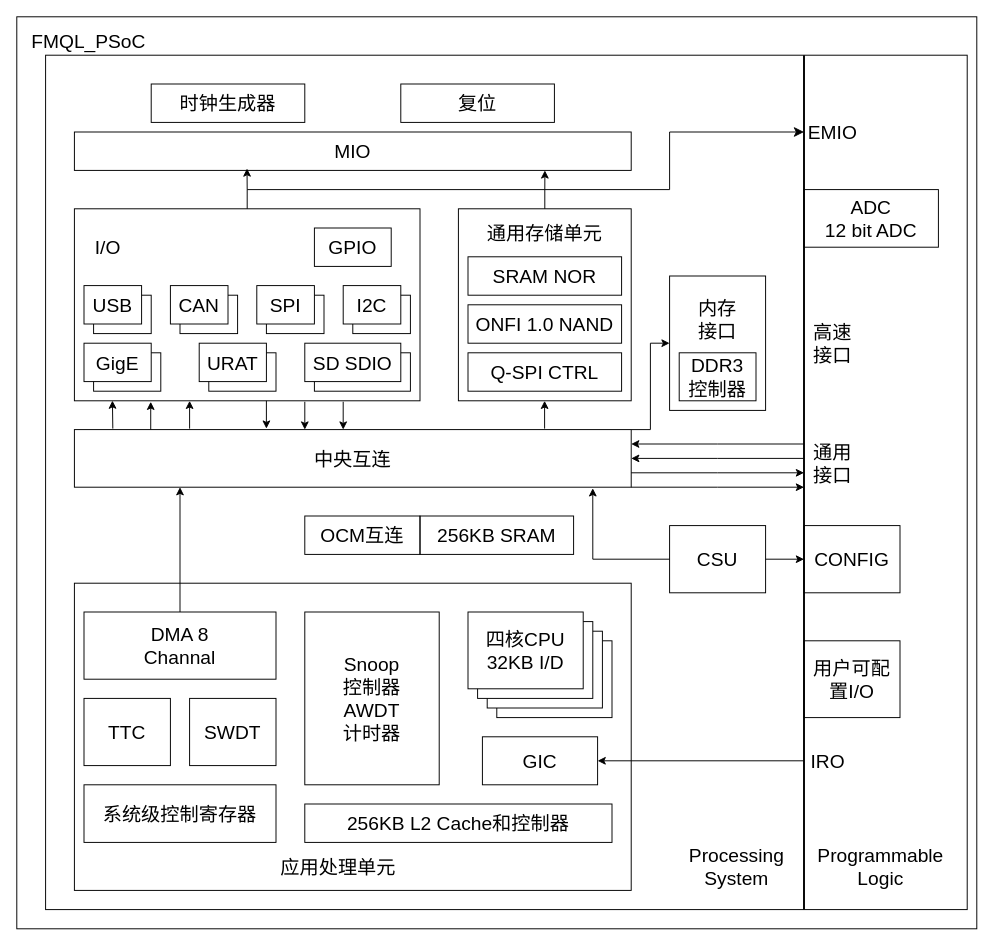
This is 保温饭.drawio from debeetle/Drawio, a draw.io file, before an edit. Source tidied: cells renumbered, new cells numbered last; positions are measured from the earlier drawing's top-left corner, leaving out a move shared by most shapes. Both pictures are drawn from the tidied source at 96%, with x=0, y=0 at pixel (16, 16).
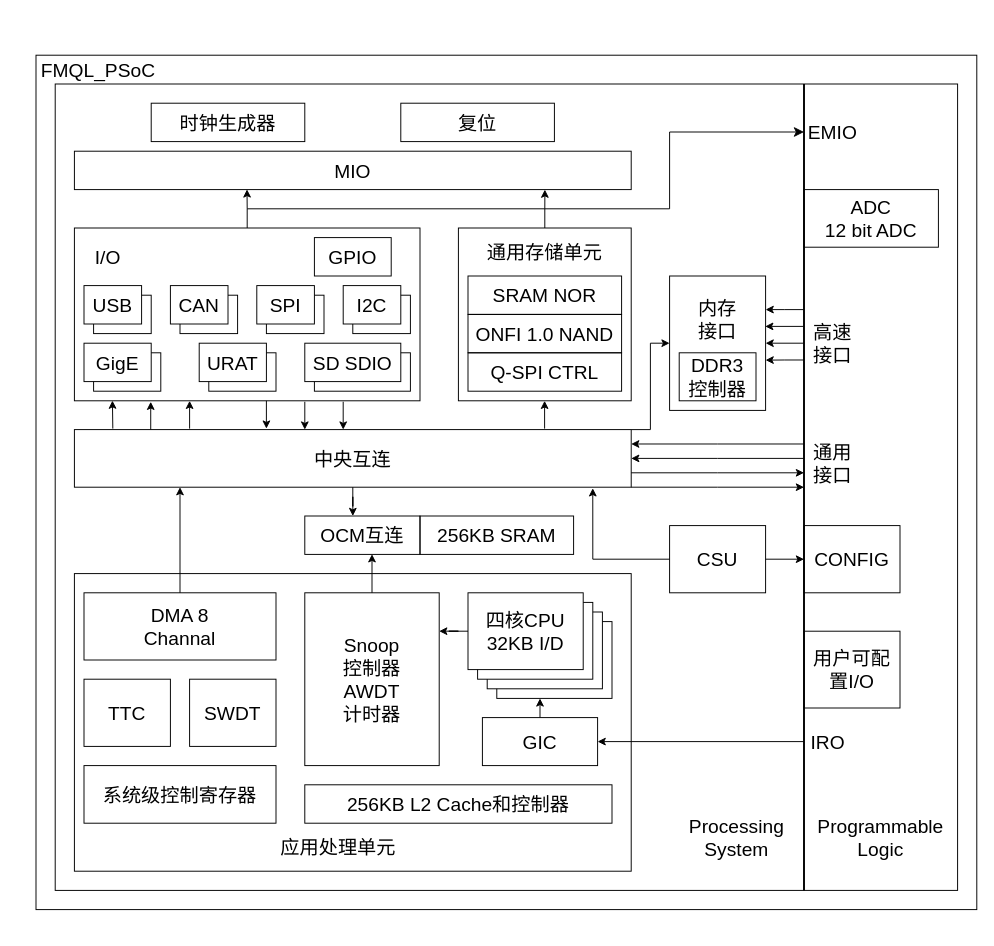
After the change.

Commit message (it also covers changes not shown here):
更新保温饭.drawio

The change refers to these unchanged cells:
```xml
<mxCell id="15" value="&lt;font style=&quot;font-size: 20px;&quot;&gt;中央互连&lt;/font&gt;" style="rounded=0;whiteSpace=wrap;html=1;strokeColor=default;align=center;verticalAlign=middle;fontFamily=宋体;fontSize=20;fontColor=default;fillColor=none;" parent="1" vertex="1">
  <mxGeometry x="60" y="430" width="580" height="60" as="geometry" />
</mxCell>
<mxCell id="40" value="&lt;div style=&quot;font-size: 20px;&quot;&gt;&lt;div style=&quot;font-size: 20px;&quot;&gt;&lt;br style=&quot;font-size: 20px;&quot;&gt;&lt;/div&gt;&lt;/div&gt;" style="rounded=0;whiteSpace=wrap;html=1;strokeColor=default;align=center;verticalAlign=middle;fontFamily=宋体;fontSize=20;fontColor=default;fillColor=none;" parent="39" vertex="1">
  <mxGeometry width="100" height="140" as="geometry" />
</mxCell>
<mxCell id="60" value="&lt;font style=&quot;font-size: 20px;&quot; face=&quot;微软雅黑&quot;&gt;OCM&lt;/font&gt;&lt;font face=&quot;宋体&quot; style=&quot;font-size: 20px;&quot;&gt;互连&lt;/font&gt;" style="rounded=0;whiteSpace=wrap;html=1;strokeColor=default;align=center;verticalAlign=middle;fontFamily=微软雅黑;fontSize=16;fontColor=default;fillColor=none;shadow=0;textShadow=0;" parent="59" vertex="1">
  <mxGeometry width="120" height="40" as="geometry" />
</mxCell>
<mxCell id="79" value="&lt;font face=&quot;宋体&quot;&gt;高速&lt;/font&gt;&lt;div&gt;&lt;font face=&quot;宋体&quot;&gt;接口&lt;/font&gt;&lt;/div&gt;" style="text;html=1;align=center;verticalAlign=middle;whiteSpace=wrap;rounded=0;fontSize=20;" parent="1" vertex="1">
  <mxGeometry x="820" y="305" width="60" height="70" as="geometry" />
</mxCell>
```

Change to the diagram source:
```diff
@@
     <mxCell id="2" style="rounded=0;whiteSpace=wrap;html=1;fillColor=none;" parent="1" vertex="1">
-      <mxGeometry width="1000" height="950" as="geometry" />
+      <mxGeometry x="20" y="40" width="980" height="890" as="geometry" />
     </mxCell>
     <mxCell id="3" style="rounded=0;whiteSpace=wrap;html=1;fillColor=none;" parent="1" vertex="1">
-      <mxGeometry x="30" y="40" width="960" height="890" as="geometry" />
+      <mxGeometry x="40" y="70" width="940" height="840" as="geometry" />
     </mxCell>
     <mxCell id="4" style="rounded=0;whiteSpace=wrap;html=1;strokeColor=default;align=center;verticalAlign=middle;fontFamily=宋体;fontSize=20;fontColor=default;fillColor=none;" parent="1" vertex="1">
-      <mxGeometry x="60" y="200" width="360" height="200" as="geometry" />
+      <mxGeometry x="60" y="220" width="360" height="180" as="geometry" />
     </mxCell>
     <mxCell id="5" value="&lt;font face=&quot;微软雅黑&quot; style=&quot;font-size: 20px;&quot;&gt;FMQL_PSoC&lt;/font&gt;" style="text;html=1;align=center;verticalAlign=middle;whiteSpace=wrap;rounded=0;fontSize=20;" parent="1" vertex="1">
-      <mxGeometry x="10" y="10" width="130" height="30" as="geometry" />
+      <mxGeometry x="20" y="40" width="130" height="30" as="geometry" />
     </mxCell>
     <mxCell id="6" value="&lt;font style=&quot;font-size: 20px;&quot;&gt;时钟生成器&lt;/font&gt;" style="rounded=0;whiteSpace=wrap;html=1;strokeColor=default;align=center;verticalAlign=middle;fontFamily=宋体;fontSize=20;fontColor=default;fillColor=none;" parent="1" vertex="1">
-      <mxGeometry x="140" y="70" width="160" height="40" as="geometry" />
+      <mxGeometry x="140" y="90" width="160" height="40" as="geometry" />
     </mxCell>
     <mxCell id="7" value="&lt;font style=&quot;font-size: 20px;&quot;&gt;复位&lt;/font&gt;" style="rounded=0;whiteSpace=wrap;html=1;strokeColor=default;align=center;verticalAlign=middle;fontFamily=宋体;fontSize=20;fontColor=default;fillColor=none;" parent="1" vertex="1">
-      <mxGeometry x="400" y="70" width="160" height="40" as="geometry" />
+      <mxGeometry x="400" y="90" width="160" height="40" as="geometry" />
     </mxCell>
-    <mxCell id="8" style="rounded=0;whiteSpace=wrap;html=1;strokeColor=default;align=center;verticalAlign=middle;fontFamily=宋体;fontSize=20;fontColor=default;fillColor=none;" parent="1" vertex="1">
-      <mxGeometry x="60" y="590" width="580" height="320" as="geometry" />
-    </mxCell>
-    <mxCell id="9" value="&lt;font style=&quot;font-size: 20px;&quot;&gt;系统级控制寄存器&lt;/font&gt;" style="rounded=0;whiteSpace=wrap;html=1;strokeColor=default;align=center;verticalAlign=middle;fontFamily=宋体;fontSize=20;fontColor=default;fillColor=none;" parent="1" vertex="1">
-      <mxGeometry x="70" y="800" width="200" height="60" as="geometry" />
-    </mxCell>
@@
     <mxCell id="16" value="MIO" style="rounded=0;whiteSpace=wrap;html=1;strokeColor=default;align=center;verticalAlign=middle;fontFamily=微软雅黑;fontSize=20;fontColor=default;fillColor=none;" parent="1" vertex="1">
-      <mxGeometry x="60" y="120" width="580" height="40" as="geometry" />
+      <mxGeometry x="60" y="140" width="580" height="40" as="geometry" />
     </mxCell>
     <mxCell id="17" value="GPIO" style="rounded=0;whiteSpace=wrap;html=1;strokeColor=default;align=center;verticalAlign=middle;fontFamily=微软雅黑;fontSize=20;fontColor=default;fillColor=none;" parent="1" vertex="1">
-      <mxGeometry x="310" y="220" width="80" height="40" as="geometry" />
+      <mxGeometry x="310" y="230" width="80" height="40" as="geometry" />
     </mxCell>
@@
     <mxCell id="46" value="&lt;font face=&quot;宋体&quot;&gt;用户可配置&lt;/font&gt;&lt;font face=&quot;微软雅黑&quot;&gt;I/O&lt;/font&gt;" style="rounded=0;whiteSpace=wrap;html=1;strokeColor=default;align=center;verticalAlign=middle;fontFamily=宋体;fontSize=20;fontColor=default;fillColor=none;" parent="1" vertex="1">
-      <mxGeometry x="820" y="650" width="100" height="80" as="geometry" />
+      <mxGeometry x="820" y="640" width="100" height="80" as="geometry" />
     </mxCell>
@@
-    <mxCell id="48" value="&lt;font face=&quot;微软雅黑&quot;&gt;GIC&lt;/font&gt;" style="rounded=0;whiteSpace=wrap;html=1;strokeColor=default;align=center;verticalAlign=middle;fontFamily=宋体;fontSize=20;fontColor=default;fillColor=none;" parent="1" vertex="1">
-      <mxGeometry x="485" y="750" width="120" height="50" as="geometry" />
-    </mxCell>
-    <mxCell id="49" style="group;" parent="1" vertex="1">
-      <mxGeometry x="470" y="620" width="150" height="110" as="geometry" />
-    </mxCell>
-    <mxCell id="50" style="rounded=0;whiteSpace=wrap;html=1;strokeColor=default;align=center;verticalAlign=middle;fontFamily=宋体;fontSize=20;fontColor=default;fillColor=default;" parent="49" vertex="1">
-      <mxGeometry x="30" y="30" width="120" height="80" as="geometry" />
-    </mxCell>
-    <mxCell id="51" style="rounded=0;whiteSpace=wrap;html=1;strokeColor=default;align=center;verticalAlign=middle;fontFamily=宋体;fontSize=20;fontColor=default;fillColor=default;" parent="49" vertex="1">
-      <mxGeometry x="20" y="20" width="120" height="80" as="geometry" />
-    </mxCell>
-    <mxCell id="52" style="rounded=0;whiteSpace=wrap;html=1;strokeColor=default;align=center;verticalAlign=middle;fontFamily=宋体;fontSize=20;fontColor=default;fillColor=default;" parent="49" vertex="1">
-      <mxGeometry x="10" y="10" width="120" height="80" as="geometry" />
-    </mxCell>
-    <mxCell id="53" value="四核&lt;font face=&quot;微软雅黑&quot;&gt;CPU&lt;/font&gt;&lt;div&gt;&lt;font face=&quot;微软雅黑&quot;&gt;32KB I/D&lt;/font&gt;&lt;/div&gt;" style="rounded=0;whiteSpace=wrap;html=1;strokeColor=default;align=center;verticalAlign=middle;fontFamily=宋体;fontSize=20;fontColor=default;fillColor=default;" parent="49" vertex="1">
-      <mxGeometry width="120" height="80" as="geometry" />
-    </mxCell>
-    <mxCell id="54" value="&lt;font face=&quot;微软雅黑&quot;&gt;DMA 8&lt;/font&gt;&lt;div&gt;&lt;font face=&quot;微软雅黑&quot;&gt;Channal&lt;/font&gt;&lt;/div&gt;" style="rounded=0;whiteSpace=wrap;html=1;strokeColor=default;align=center;verticalAlign=middle;fontFamily=宋体;fontSize=20;fontColor=default;fillColor=none;" parent="1" vertex="1">
-      <mxGeometry x="70" y="620" width="200" height="70" as="geometry" />
-    </mxCell>
-    <mxCell id="55" value="&lt;font face=&quot;微软雅黑&quot;&gt;TTC&lt;/font&gt;" style="rounded=0;whiteSpace=wrap;html=1;strokeColor=default;align=center;verticalAlign=middle;fontFamily=宋体;fontSize=20;fontColor=default;fillColor=none;" parent="1" vertex="1">
-      <mxGeometry x="70" y="710" width="90" height="70" as="geometry" />
-    </mxCell>
-    <mxCell id="56" value="&lt;font face=&quot;微软雅黑&quot;&gt;SWDT&lt;/font&gt;" style="rounded=0;whiteSpace=wrap;html=1;strokeColor=default;align=center;verticalAlign=middle;fontFamily=宋体;fontSize=20;fontColor=default;fillColor=none;" parent="1" vertex="1">
-      <mxGeometry x="180" y="710" width="90" height="70" as="geometry" />
-    </mxCell>
-    <mxCell id="57" value="&lt;font face=&quot;微软雅黑&quot;&gt;Snoop&lt;/font&gt;&lt;div&gt;控制器&lt;/div&gt;&lt;div&gt;&lt;font face=&quot;微软雅黑&quot;&gt;AWDT&lt;/font&gt;&lt;/div&gt;&lt;div&gt;&lt;font face=&quot;宋体&quot;&gt;计时器&lt;/font&gt;&lt;/div&gt;" style="rounded=0;whiteSpace=wrap;html=1;strokeColor=default;align=center;verticalAlign=middle;fontFamily=宋体;fontSize=20;fontColor=default;fillColor=none;" parent="1" vertex="1">
-      <mxGeometry x="300" y="620" width="140" height="180" as="geometry" />
-    </mxCell>
-    <mxCell id="58" value="256KB L2 Cache&lt;font face=&quot;宋体&quot;&gt;和控制器&lt;/font&gt;" style="rounded=0;whiteSpace=wrap;html=1;strokeColor=default;align=center;verticalAlign=middle;fontFamily=微软雅黑;fontSize=20;fontColor=default;fillColor=none;" parent="1" vertex="1">
-      <mxGeometry x="300" y="820" width="320" height="40" as="geometry" />
-    </mxCell>
@@
-    <mxCell id="62" value="&lt;font face=&quot;宋体&quot; style=&quot;font-size: 20px;&quot;&gt;应用处理单元&lt;/font&gt;" style="text;html=1;align=center;verticalAlign=middle;whiteSpace=wrap;rounded=0;fontSize=20;" parent="1" vertex="1">
-      <mxGeometry x="270" y="870" width="130" height="30" as="geometry" />
-    </mxCell>
     <mxCell id="63" value="&lt;font face=&quot;微软雅黑&quot; style=&quot;font-size: 20px;&quot;&gt;Processing&lt;/font&gt;&lt;div&gt;&lt;font face=&quot;微软雅黑&quot; style=&quot;font-size: 20px;&quot;&gt;System&lt;/font&gt;&lt;/div&gt;" style="text;html=1;align=center;verticalAlign=middle;whiteSpace=wrap;rounded=0;fontSize=20;" parent="1" vertex="1">
-      <mxGeometry x="680" y="850" width="140" height="70" as="geometry" />
+      <mxGeometry x="680" y="820" width="140" height="70" as="geometry" />
     </mxCell>
     <mxCell id="64" value="&lt;font face=&quot;微软雅黑&quot;&gt;Programmable&lt;/font&gt;&lt;div&gt;&lt;font face=&quot;微软雅黑&quot;&gt;Logic&lt;/font&gt;&lt;/div&gt;" style="text;html=1;align=center;verticalAlign=middle;whiteSpace=wrap;rounded=0;fontSize=20;" parent="1" vertex="1">
-      <mxGeometry x="820" y="850" width="160" height="70" as="geometry" />
+      <mxGeometry x="820" y="820" width="160" height="70" as="geometry" />
     </mxCell>
@@
     <mxCell id="66" value="&lt;font face=&quot;微软雅黑&quot;&gt;IRO&lt;/font&gt;" style="text;html=1;align=center;verticalAlign=middle;whiteSpace=wrap;rounded=0;fontSize=20;" parent="1" vertex="1">
-      <mxGeometry x="820" y="760" width="50" height="30" as="geometry" />
+      <mxGeometry x="820" y="740" width="50" height="30" as="geometry" />
     </mxCell>
-    <mxCell id="67" style="endArrow=none;html=1;rounded=0;fontFamily=微软雅黑;fontSize=16;fontColor=default;entryX=0.813;entryY=0;entryDx=0;entryDy=0;entryPerimeter=0;strokeWidth=2;edgeStyle=elbowEdgeStyle;elbow=vertical;" parent="1" edge="1">
+    <mxCell id="67" style="endArrow=none;html=1;rounded=0;fontFamily=微软雅黑;fontSize=16;fontColor=default;strokeWidth=2;edgeStyle=elbowEdgeStyle;" parent="1" edge="1">
       <mxGeometry relative="1" as="geometry">
-        <mxPoint x="820" y="930" as="sourcePoint" />
-        <mxPoint x="820" y="40" as="targetPoint" />
+        <mxPoint x="820" y="910" as="sourcePoint" />
+        <mxPoint x="820" y="70" as="targetPoint" />
       </mxGeometry>
     </mxCell>
     <mxCell id="68" value="&lt;font face=&quot;微软雅黑&quot;&gt;I/O&lt;/font&gt;" style="text;html=1;align=center;verticalAlign=middle;whiteSpace=wrap;rounded=0;fontSize=20;" parent="1" vertex="1">
-      <mxGeometry x="70" y="225" width="50" height="30" as="geometry" />
+      <mxGeometry x="70" y="235" width="50" height="30" as="geometry" />
     </mxCell>
     <mxCell id="69" style="rounded=0;whiteSpace=wrap;html=1;strokeColor=default;align=center;verticalAlign=middle;fontFamily=宋体;fontSize=20;fontColor=default;fillColor=none;" parent="1" vertex="1">
-      <mxGeometry x="460" y="200" width="180" height="200" as="geometry" />
+      <mxGeometry x="460" y="220" width="180" height="180" as="geometry" />
     </mxCell>
     <mxCell id="70" value="&lt;font style=&quot;font-size: 20px;&quot; face=&quot;微软雅黑&quot;&gt;SRAM NOR&lt;/font&gt;" style="rounded=0;whiteSpace=wrap;html=1;strokeColor=default;align=center;verticalAlign=middle;fontFamily=微软雅黑;fontSize=16;fontColor=default;fillColor=none;shadow=0;textShadow=0;" parent="1" vertex="1">
-      <mxGeometry x="470" y="250" width="160" height="40" as="geometry" />
+      <mxGeometry x="470" y="270" width="160" height="40" as="geometry" />
     </mxCell>
     <mxCell id="71" value="&lt;font style=&quot;font-size: 20px;&quot; face=&quot;微软雅黑&quot;&gt;ONFI 1.0 NAND&lt;/font&gt;" style="rounded=0;whiteSpace=wrap;html=1;strokeColor=default;align=center;verticalAlign=middle;fontFamily=微软雅黑;fontSize=16;fontColor=default;fillColor=none;shadow=0;textShadow=0;" parent="1" vertex="1">
-      <mxGeometry x="470" y="300" width="160" height="40" as="geometry" />
+      <mxGeometry x="470" y="310" width="160" height="40" as="geometry" />
     </mxCell>
@@
     <mxCell id="73" value="&lt;font face=&quot;宋体&quot;&gt;通用存储单元&lt;/font&gt;" style="text;html=1;align=center;verticalAlign=middle;whiteSpace=wrap;rounded=0;fontSize=20;" parent="1" vertex="1">
-      <mxGeometry x="485" y="210" width="130" height="30" as="geometry" />
+      <mxGeometry x="485" y="230" width="130" height="30" as="geometry" />
     </mxCell>
@@
-    <mxCell id="75" style="edgeStyle=orthogonalEdgeStyle;rounded=0;jettySize=auto;html=1;exitX=0.5;exitY=0;exitDx=0;exitDy=0;entryX=0.31;entryY=0.95;entryDx=0;entryDy=0;entryPerimeter=0;fontFamily=微软雅黑;fontSize=16;fontColor=default;" parent="1" edge="1" source="4" target="16">
-      <mxGeometry relative="1" as="geometry" />
-    </mxCell>
@@
     <mxCell id="77" style="edgeStyle=elbowEdgeStyle;elbow=horizontal;endArrow=classic;html=1;curved=0;rounded=0;endSize=8;startSize=8;fontFamily=微软雅黑;fontSize=16;fontColor=default;" parent="1" edge="1">
       <mxGeometry relative="1" as="geometry">
-        <mxPoint x="240" y="180" as="sourcePoint" />
+        <mxPoint x="240" y="200" as="sourcePoint" />
         <mxPoint x="820" y="120" as="targetPoint" />
         <Array as="points">
           <mxPoint x="680" y="150" />
         </Array>
       </mxGeometry>
     </mxCell>
@@
+    <mxCell id="89" style="edgeStyle=orthogonalEdgeStyle;rounded=0;jettySize=auto;html=1;exitX=0;exitY=0.5;exitDx=0;exitDy=0;entryX=1;entryY=0.5;entryDx=0;entryDy=0;fontFamily=微软雅黑;fontSize=16;fontColor=default;" parent="1" edge="1" source="79" target="40">
+      <mxGeometry relative="1" as="geometry" />
+    </mxCell>
@@
+    <mxCell id="90" style="edgeStyle=elbowEdgeStyle;rounded=0;jettySize=auto;html=1;exitX=1;exitY=0.25;exitDx=0;exitDy=0;fontFamily=微软雅黑;fontSize=16;fontColor=default;elbow=vertical;strokeColor=default;align=center;verticalAlign=middle;labelBackgroundColor=default;endArrow=none;startArrow=classic;startFill=1;endFill=0;" parent="1" edge="1" source="40">
+      <mxGeometry relative="1" as="geometry">
+        <mxPoint x="820" y="305" as="targetPoint" />
+      </mxGeometry>
+    </mxCell>
+    <mxCell id="91" style="edgeStyle=orthogonalEdgeStyle;rounded=0;jettySize=auto;html=1;exitX=0;exitY=0.25;exitDx=0;exitDy=0;entryX=0.996;entryY=0.375;entryDx=0;entryDy=0;entryPerimeter=0;fontFamily=微软雅黑;fontSize=16;fontColor=default;" parent="1" edge="1" source="79" target="40">
+      <mxGeometry relative="1" as="geometry" />
+    </mxCell>
+    <mxCell id="92" style="edgeStyle=orthogonalEdgeStyle;rounded=0;jettySize=auto;html=1;exitX=0;exitY=0.75;exitDx=0;exitDy=0;entryX=1;entryY=0.626;entryDx=0;entryDy=0;entryPerimeter=0;fontFamily=微软雅黑;fontSize=16;fontColor=default;" parent="1" edge="1" source="79" target="40">
+      <mxGeometry relative="1" as="geometry" />
+    </mxCell>
+    <mxCell id="93" style="edgeStyle=orthogonalEdgeStyle;rounded=0;jettySize=auto;html=1;entryX=0.417;entryY=0;entryDx=0;entryDy=0;entryPerimeter=0;fontFamily=微软雅黑;fontSize=16;fontColor=default;" parent="1" edge="1" source="15" target="60">
+      <mxGeometry relative="1" as="geometry" />
+    </mxCell>
+    <mxCell id="94" style="edgeStyle=elbowEdgeStyle;rounded=0;jettySize=auto;html=1;exitX=0.5;exitY=0;exitDx=0;exitDy=0;entryX=0.582;entryY=0.996;entryDx=0;entryDy=0;entryPerimeter=0;fontFamily=微软雅黑;fontSize=16;fontColor=default;" parent="1" edge="1" source="57" target="60">
+      <mxGeometry relative="1" as="geometry" />
+    </mxCell>
+    <mxCell id="95" style="edgeStyle=elbowEdgeStyle;rounded=0;jettySize=auto;html=1;fontFamily=微软雅黑;fontSize=16;fontColor=default;" parent="1" edge="1" source="48">
+      <mxGeometry relative="1" as="geometry">
+        <mxPoint x="545" y="710" as="targetPoint" />
+      </mxGeometry>
+    </mxCell>
+    <mxCell id="75" style="edgeStyle=orthogonalEdgeStyle;rounded=0;jettySize=auto;html=1;exitX=0.5;exitY=0;exitDx=0;exitDy=0;entryX=0.31;entryY=0.994;entryDx=0;entryDy=0;entryPerimeter=0;fontFamily=微软雅黑;fontSize=16;fontColor=default;" parent="1" edge="1" source="4" target="16">
+      <mxGeometry relative="1" as="geometry" />
+    </mxCell>
+    <mxCell id="96" style="group;" parent="1" vertex="1">
+      <mxGeometry x="60" y="580" width="580" height="310" as="geometry" />
+    </mxCell>
+    <mxCell id="8" style="rounded=0;whiteSpace=wrap;html=1;strokeColor=default;align=center;verticalAlign=middle;fontFamily=宋体;fontSize=20;fontColor=default;fillColor=none;" parent="96" vertex="1">
+      <mxGeometry width="580" height="310" as="geometry" />
+    </mxCell>
+    <mxCell id="9" value="&lt;font style=&quot;font-size: 20px;&quot;&gt;系统级控制寄存器&lt;/font&gt;" style="rounded=0;whiteSpace=wrap;html=1;strokeColor=default;align=center;verticalAlign=middle;fontFamily=宋体;fontSize=20;fontColor=default;fillColor=none;" parent="96" vertex="1">
+      <mxGeometry x="10" y="200" width="200" height="60" as="geometry" />
+    </mxCell>
+    <mxCell id="48" value="&lt;font face=&quot;微软雅黑&quot;&gt;GIC&lt;/font&gt;" style="rounded=0;whiteSpace=wrap;html=1;strokeColor=default;align=center;verticalAlign=middle;fontFamily=宋体;fontSize=20;fontColor=default;fillColor=none;" parent="96" vertex="1">
+      <mxGeometry x="425" y="150" width="120" height="50" as="geometry" />
+    </mxCell>
+    <mxCell id="49" style="group;" parent="96" vertex="1">
+      <mxGeometry x="410" y="20" width="150" height="110" as="geometry" />
+    </mxCell>
+    <mxCell id="50" style="rounded=0;whiteSpace=wrap;html=1;strokeColor=default;align=center;verticalAlign=middle;fontFamily=宋体;fontSize=20;fontColor=default;fillColor=default;" parent="49" vertex="1">
+      <mxGeometry x="30" y="30" width="120" height="80" as="geometry" />
+    </mxCell>
+    <mxCell id="51" style="rounded=0;whiteSpace=wrap;html=1;strokeColor=default;align=center;verticalAlign=middle;fontFamily=宋体;fontSize=20;fontColor=default;fillColor=default;" parent="49" vertex="1">
+      <mxGeometry x="20" y="20" width="120" height="80" as="geometry" />
+    </mxCell>
+    <mxCell id="52" style="rounded=0;whiteSpace=wrap;html=1;strokeColor=default;align=center;verticalAlign=middle;fontFamily=宋体;fontSize=20;fontColor=default;fillColor=default;" parent="49" vertex="1">
+      <mxGeometry x="10" y="10" width="120" height="80" as="geometry" />
+    </mxCell>
+    <mxCell id="53" value="四核&lt;font face=&quot;微软雅黑&quot;&gt;CPU&lt;/font&gt;&lt;div&gt;&lt;font face=&quot;微软雅黑&quot;&gt;32KB I/D&lt;/font&gt;&lt;/div&gt;" style="rounded=0;whiteSpace=wrap;html=1;strokeColor=default;align=center;verticalAlign=middle;fontFamily=宋体;fontSize=20;fontColor=default;fillColor=default;" parent="49" vertex="1">
+      <mxGeometry width="120" height="80" as="geometry" />
+    </mxCell>
+    <mxCell id="54" value="&lt;font face=&quot;微软雅黑&quot;&gt;DMA 8&lt;/font&gt;&lt;div&gt;&lt;font face=&quot;微软雅黑&quot;&gt;Channal&lt;/font&gt;&lt;/div&gt;" style="rounded=0;whiteSpace=wrap;html=1;strokeColor=default;align=center;verticalAlign=middle;fontFamily=宋体;fontSize=20;fontColor=default;fillColor=none;" parent="96" vertex="1">
+      <mxGeometry x="10" y="20" width="200" height="70" as="geometry" />
+    </mxCell>
+    <mxCell id="55" value="&lt;font face=&quot;微软雅黑&quot;&gt;TTC&lt;/font&gt;" style="rounded=0;whiteSpace=wrap;html=1;strokeColor=default;align=center;verticalAlign=middle;fontFamily=宋体;fontSize=20;fontColor=default;fillColor=none;" parent="96" vertex="1">
+      <mxGeometry x="10" y="110" width="90" height="70" as="geometry" />
+    </mxCell>
+    <mxCell id="56" value="&lt;font face=&quot;微软雅黑&quot;&gt;SWDT&lt;/font&gt;" style="rounded=0;whiteSpace=wrap;html=1;strokeColor=default;align=center;verticalAlign=middle;fontFamily=宋体;fontSize=20;fontColor=default;fillColor=none;" parent="96" vertex="1">
+      <mxGeometry x="120" y="110" width="90" height="70" as="geometry" />
+    </mxCell>
+    <mxCell id="57" value="&lt;font face=&quot;微软雅黑&quot;&gt;Snoop&lt;/font&gt;&lt;div&gt;控制器&lt;/div&gt;&lt;div&gt;&lt;font face=&quot;微软雅黑&quot;&gt;AWDT&lt;/font&gt;&lt;/div&gt;&lt;div&gt;&lt;font face=&quot;宋体&quot;&gt;计时器&lt;/font&gt;&lt;/div&gt;" style="rounded=0;whiteSpace=wrap;html=1;strokeColor=default;align=center;verticalAlign=middle;fontFamily=宋体;fontSize=20;fontColor=default;fillColor=none;" parent="96" vertex="1">
+      <mxGeometry x="240" y="20" width="140" height="180" as="geometry" />
+    </mxCell>
+    <mxCell id="58" value="256KB L2 Cache&lt;font face=&quot;宋体&quot;&gt;和控制器&lt;/font&gt;" style="rounded=0;whiteSpace=wrap;html=1;strokeColor=default;align=center;verticalAlign=middle;fontFamily=微软雅黑;fontSize=20;fontColor=default;fillColor=none;" parent="96" vertex="1">
+      <mxGeometry x="240" y="220" width="320" height="40" as="geometry" />
+    </mxCell>
+    <mxCell id="62" value="&lt;font face=&quot;宋体&quot; style=&quot;font-size: 20px;&quot;&gt;应用处理单元&lt;/font&gt;" style="text;html=1;align=center;verticalAlign=middle;whiteSpace=wrap;rounded=0;fontSize=20;" parent="96" vertex="1">
+      <mxGeometry x="210" y="270" width="130" height="30" as="geometry" />
+    </mxCell>
+    <mxCell id="97" style="edgeStyle=orthogonalEdgeStyle;rounded=0;jettySize=auto;html=1;entryX=1;entryY=0.222;entryDx=0;entryDy=0;entryPerimeter=0;fontFamily=微软雅黑;fontSize=16;fontColor=default;" parent="96" edge="1" source="53" target="57">
+      <mxGeometry relative="1" as="geometry" />
+    </mxCell>
```
